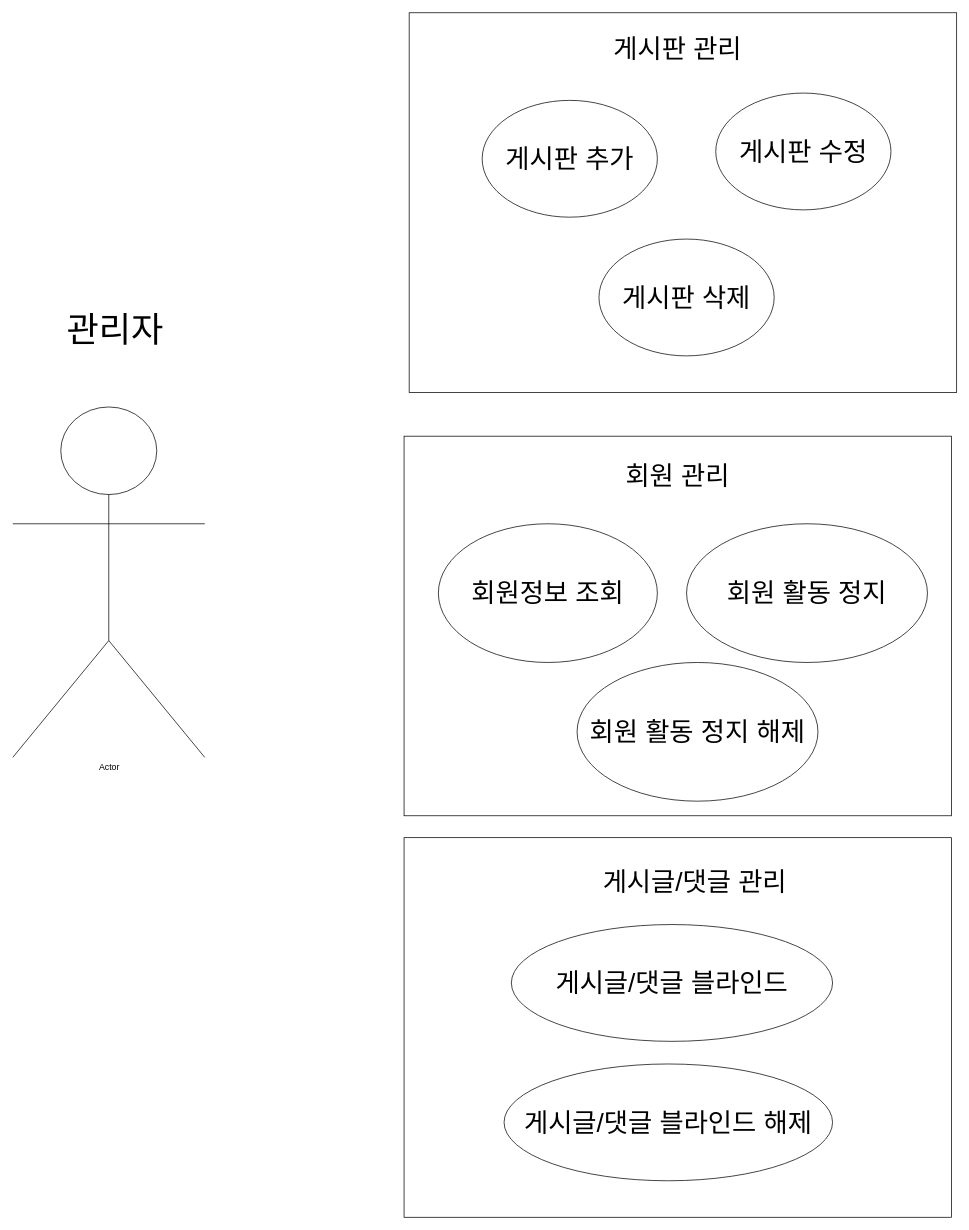
The draw.io diagram drawio/Untitled Diagram.drawio in swjk78/codingpeople, before the edit. Source tidied: cells renumbered, new cells numbered last; positions are measured from the earlier drawing's top-left corner, leaving out a move shared by most shapes. Both pictures are drawn from the tidied source at 73%, with x=0, y=0 at pixel (12, 12).
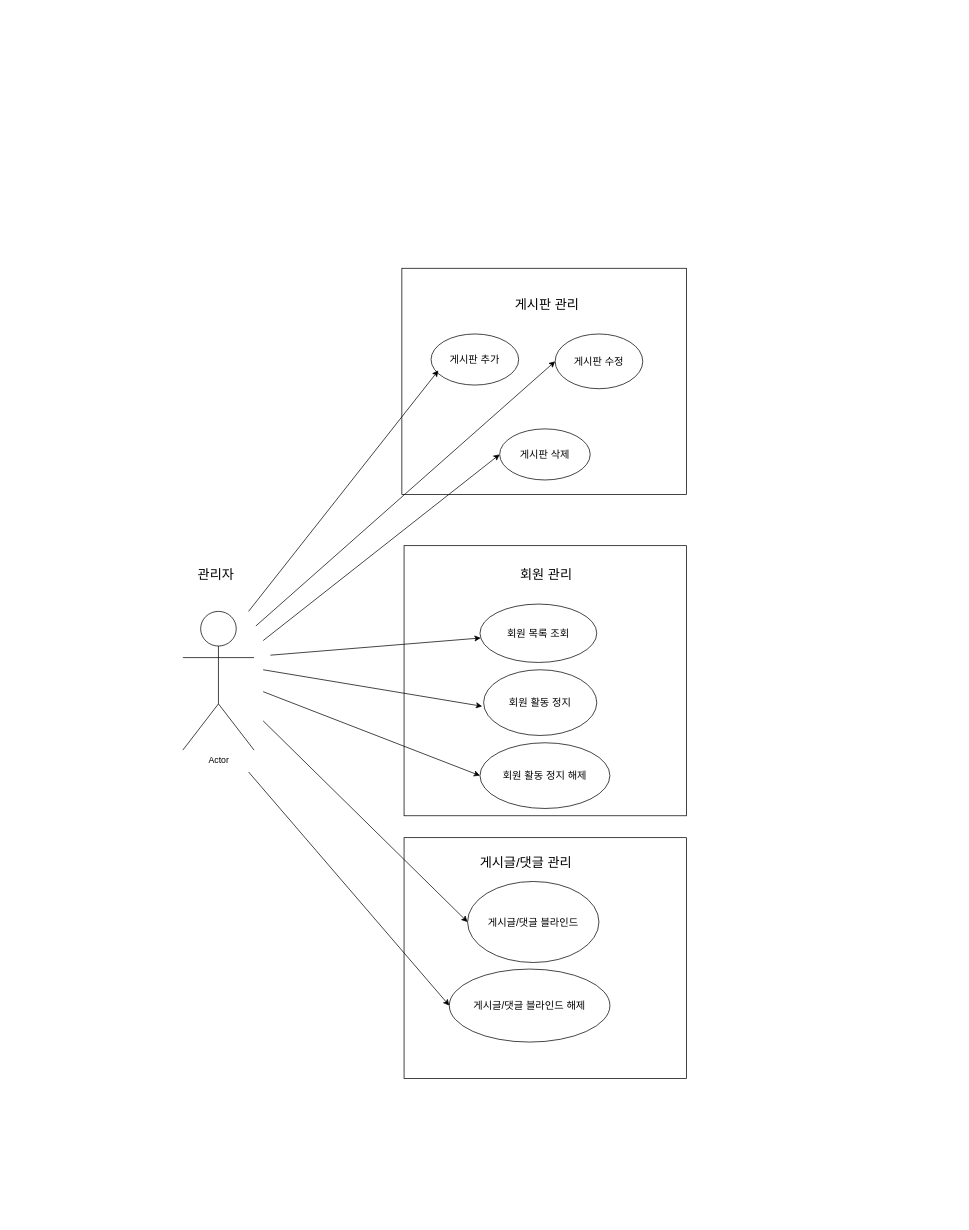
After the change.

Change to the diagram source:
```diff
@@
     <mxCell id="2" style="rounded=0;whiteSpace=wrap;html=1;" parent="1" vertex="1">
-      <mxGeometry x="536" y="1130" width="750" height="520" as="geometry" />
+      <mxGeometry x="536" y="1130" width="387" height="330" as="geometry" />
     </mxCell>
     <mxCell id="3" style="rounded=0;whiteSpace=wrap;html=1;" parent="1" vertex="1">
-      <mxGeometry x="536" y="580" width="750" height="520" as="geometry" />
+      <mxGeometry x="536" y="730" width="387" height="370" as="geometry" />
     </mxCell>
     <mxCell id="4" style="rounded=0;whiteSpace=wrap;html=1;" parent="1" vertex="1">
-      <mxGeometry x="543" width="750" height="520" as="geometry" />
+      <mxGeometry x="533" y="350" width="390" height="310" as="geometry" />
     </mxCell>
     <mxCell id="5" value="Actor" style="shape=umlActor;verticalLabelPosition=bottom;verticalAlign=top;html=1;" parent="1" vertex="1">
-      <mxGeometry y="540" width="263" height="480" as="geometry" />
+      <mxGeometry x="233" y="820" width="97.5" height="190" as="geometry" />
     </mxCell>
-    <mxCell id="6" value="&lt;font style=&quot;font-size: 48px&quot;&gt;관리자&lt;/font&gt;" style="text;html=1;strokeColor=none;fillColor=none;align=center;verticalAlign=middle;whiteSpace=wrap;rounded=0;" parent="1" vertex="1">
-      <mxGeometry x="18" y="390" width="245" height="90" as="geometry" />
+    <mxCell id="6" value="&lt;font style=&quot;font-size: 18px&quot;&gt;관리자&lt;/font&gt;" style="text;html=1;strokeColor=none;fillColor=none;align=center;verticalAlign=middle;whiteSpace=wrap;rounded=0;" parent="1" vertex="1">
+      <mxGeometry x="225.5" y="730" width="105" height="80" as="geometry" />
     </mxCell>
-    <mxCell id="7" value="&lt;font style=&quot;font-size: 36px&quot;&gt;게시판 관리&lt;/font&gt;" style="text;html=1;strokeColor=none;fillColor=none;align=center;verticalAlign=middle;whiteSpace=wrap;rounded=0;" parent="1" vertex="1">
-      <mxGeometry x="793" y="20" width="236" height="60" as="geometry" />
+    <mxCell id="7" value="&lt;font style=&quot;font-size: 18px&quot;&gt;게시판 관리&lt;/font&gt;" style="text;html=1;strokeColor=none;fillColor=none;align=center;verticalAlign=middle;whiteSpace=wrap;rounded=0;" parent="1" vertex="1">
+      <mxGeometry x="645" y="370" width="174" height="60" as="geometry" />
     </mxCell>
-    <mxCell id="8" value="&lt;font style=&quot;font-size: 36px&quot;&gt;회원 관리&lt;/font&gt;" style="text;html=1;strokeColor=none;fillColor=none;align=center;verticalAlign=middle;whiteSpace=wrap;rounded=0;" parent="1" vertex="1">
-      <mxGeometry x="793" y="605" width="236" height="60" as="geometry" />
+    <mxCell id="8" value="&lt;font style=&quot;font-size: 18px&quot;&gt;회원 관리&lt;/font&gt;" style="text;html=1;strokeColor=none;fillColor=none;align=center;verticalAlign=middle;whiteSpace=wrap;rounded=0;" parent="1" vertex="1">
+      <mxGeometry x="651" y="750" width="160" height="40" as="geometry" />
     </mxCell>
-    <mxCell id="9" value="&lt;font style=&quot;font-size: 36px&quot;&gt;게시판 추가&lt;br&gt;&lt;/font&gt;" style="ellipse;whiteSpace=wrap;html=1;" parent="1" vertex="1">
-      <mxGeometry x="643" y="120" width="240" height="160" as="geometry" />
+    <mxCell id="9" value="&lt;font style=&quot;font-size: 14px&quot;&gt;게시판 추가&lt;br&gt;&lt;/font&gt;" style="ellipse;whiteSpace=wrap;html=1;" parent="1" vertex="1">
+      <mxGeometry x="573" y="440" width="120" height="70" as="geometry" />
     </mxCell>
-    <mxCell id="10" value="&lt;font style=&quot;font-size: 36px&quot;&gt;게시판 삭제&lt;br&gt;&lt;/font&gt;" style="ellipse;whiteSpace=wrap;html=1;" parent="1" vertex="1">
-      <mxGeometry x="803" y="310" width="240" height="160" as="geometry" />
+    <mxCell id="10" value="&lt;font style=&quot;font-size: 14px&quot;&gt;게시판 삭제&lt;br&gt;&lt;/font&gt;" style="ellipse;whiteSpace=wrap;html=1;" parent="1" vertex="1">
+      <mxGeometry x="667" y="570" width="124" height="70" as="geometry" />
     </mxCell>
-    <mxCell id="11" value="&lt;font style=&quot;font-size: 36px&quot;&gt;게시판 수정&lt;br&gt;&lt;/font&gt;" style="ellipse;whiteSpace=wrap;html=1;" parent="1" vertex="1">
-      <mxGeometry x="963" y="110" width="240" height="160" as="geometry" />
+    <mxCell id="11" value="&lt;font style=&quot;font-size: 14px&quot;&gt;게시판 수정&lt;br&gt;&lt;/font&gt;" style="ellipse;whiteSpace=wrap;html=1;" parent="1" vertex="1">
+      <mxGeometry x="743" y="440" width="120" height="75" as="geometry" />
     </mxCell>
-    <mxCell id="12" value="&lt;font style=&quot;font-size: 36px&quot;&gt;회원정보 조회&lt;br&gt;&lt;/font&gt;" style="ellipse;whiteSpace=wrap;html=1;" parent="1" vertex="1">
-      <mxGeometry x="583" y="700" width="300" height="190" as="geometry" />
+    <mxCell id="12" value="&lt;font style=&quot;font-size: 14px&quot;&gt;회원 목록 조회&lt;br&gt;&lt;/font&gt;" style="ellipse;whiteSpace=wrap;html=1;" parent="1" vertex="1">
+      <mxGeometry x="640" y="810" width="160" height="80" as="geometry" />
     </mxCell>
-    <mxCell id="13" value="&lt;font style=&quot;font-size: 36px&quot;&gt;회원 활동 정지&lt;br&gt;&lt;/font&gt;" style="ellipse;whiteSpace=wrap;html=1;" parent="1" vertex="1">
-      <mxGeometry x="923" y="700" width="330" height="190" as="geometry" />
+    <mxCell id="13" value="&lt;font style=&quot;font-size: 14px&quot;&gt;회원 활동 정지&lt;br&gt;&lt;/font&gt;" style="ellipse;whiteSpace=wrap;html=1;" parent="1" vertex="1">
+      <mxGeometry x="645" y="900" width="155" height="90" as="geometry" />
     </mxCell>
-    <mxCell id="14" value="&lt;font style=&quot;font-size: 36px&quot;&gt;게시글/댓글 블라인드&lt;br&gt;&lt;/font&gt;" style="ellipse;whiteSpace=wrap;html=1;" parent="1" vertex="1">
-      <mxGeometry x="683" y="1249" width="440" height="160" as="geometry" />
+    <mxCell id="14" value="&lt;font style=&quot;font-size: 14px&quot;&gt;게시글/댓글 블라인드&lt;br&gt;&lt;/font&gt;" style="ellipse;whiteSpace=wrap;html=1;" parent="1" vertex="1">
+      <mxGeometry x="623" y="1190" width="180" height="111" as="geometry" />
     </mxCell>
-    <mxCell id="15" value="&lt;font style=&quot;font-size: 36px&quot;&gt;게시글/댓글 관리&lt;/font&gt;" style="text;html=1;strokeColor=none;fillColor=none;align=center;verticalAlign=middle;whiteSpace=wrap;rounded=0;" parent="1" vertex="1">
-      <mxGeometry x="773" y="1160" width="323" height="60" as="geometry" />
+    <mxCell id="15" value="&lt;font style=&quot;font-size: 18px&quot;&gt;게시글/댓글 관리&lt;/font&gt;" style="text;html=1;strokeColor=none;fillColor=none;align=center;verticalAlign=middle;whiteSpace=wrap;rounded=0;" parent="1" vertex="1">
+      <mxGeometry x="593" y="1140" width="220" height="50" as="geometry" />
     </mxCell>
-    <mxCell id="16" value="&lt;font style=&quot;font-size: 36px&quot;&gt;게시글/댓글 블라인드 해제&lt;br&gt;&lt;/font&gt;" style="ellipse;whiteSpace=wrap;html=1;" parent="1" vertex="1">
-      <mxGeometry x="673" y="1440" width="450" height="160" as="geometry" />
+    <mxCell id="16" value="&lt;font style=&quot;font-size: 14px&quot;&gt;게시글/댓글 블라인드 해제&lt;br&gt;&lt;/font&gt;" style="ellipse;whiteSpace=wrap;html=1;" parent="1" vertex="1">
+      <mxGeometry x="598" y="1310" width="220" height="100" as="geometry" />
     </mxCell>
-    <mxCell id="17" value="&lt;font style=&quot;font-size: 36px&quot;&gt;회원 활동 정지 해제&lt;br&gt;&lt;/font&gt;" style="ellipse;whiteSpace=wrap;html=1;" parent="1" vertex="1">
-      <mxGeometry x="773" y="890" width="330" height="190" as="geometry" />
+    <mxCell id="17" value="&lt;font style=&quot;font-size: 14px&quot;&gt;회원 활동 정지 해제&lt;br&gt;&lt;/font&gt;" style="ellipse;whiteSpace=wrap;html=1;" parent="1" vertex="1">
+      <mxGeometry x="640" y="1000" width="178" height="90" as="geometry" />
     </mxCell>
+    <mxCell id="18" style="endArrow=classic;html=1;" parent="1" edge="1">
+      <mxGeometry relative="1" as="geometry">
+        <mxPoint x="323" y="820" as="sourcePoint" />
+        <mxPoint x="583" y="490" as="targetPoint" />
+      </mxGeometry>
+    </mxCell>
+    <mxCell id="19" style="endArrow=classic;html=1;entryX=0;entryY=0.5;entryDx=0;entryDy=0;" parent="1" edge="1" target="11">
+      <mxGeometry relative="1" as="geometry">
+        <mxPoint x="333" y="840" as="sourcePoint" />
+      </mxGeometry>
+    </mxCell>
+    <mxCell id="20" style="endArrow=classic;html=1;entryX=0;entryY=0.5;entryDx=0;entryDy=0;" parent="1" edge="1" target="10">
+      <mxGeometry relative="1" as="geometry">
+        <mxPoint x="343" y="860" as="sourcePoint" />
+      </mxGeometry>
+    </mxCell>
+    <mxCell id="21" style="endArrow=classic;html=1;" parent="1" edge="1" target="12">
+      <mxGeometry relative="1" as="geometry">
+        <mxPoint x="353" y="880" as="sourcePoint" />
+      </mxGeometry>
+    </mxCell>
+    <mxCell id="22" style="endArrow=classic;html=1;" parent="1" edge="1">
+      <mxGeometry relative="1" as="geometry">
+        <mxPoint x="343" y="900" as="sourcePoint" />
+        <mxPoint x="643" y="950" as="targetPoint" />
+      </mxGeometry>
+    </mxCell>
+    <mxCell id="23" style="endArrow=classic;html=1;entryX=0;entryY=0.5;entryDx=0;entryDy=0;" parent="1" edge="1" target="17">
+      <mxGeometry relative="1" as="geometry">
+        <mxPoint x="343" y="930" as="sourcePoint" />
+      </mxGeometry>
+    </mxCell>
+    <mxCell id="24" style="endArrow=classic;html=1;entryX=0;entryY=0.5;entryDx=0;entryDy=0;" parent="1" edge="1" target="14">
+      <mxGeometry relative="1" as="geometry">
+        <mxPoint x="343" y="970" as="sourcePoint" />
+      </mxGeometry>
+    </mxCell>
+    <mxCell id="25" style="endArrow=classic;html=1;entryX=0;entryY=0.5;entryDx=0;entryDy=0;" parent="1" edge="1" target="16">
+      <mxGeometry relative="1" as="geometry">
+        <mxPoint x="323" y="1040" as="sourcePoint" />
+      </mxGeometry>
+    </mxCell>
```
